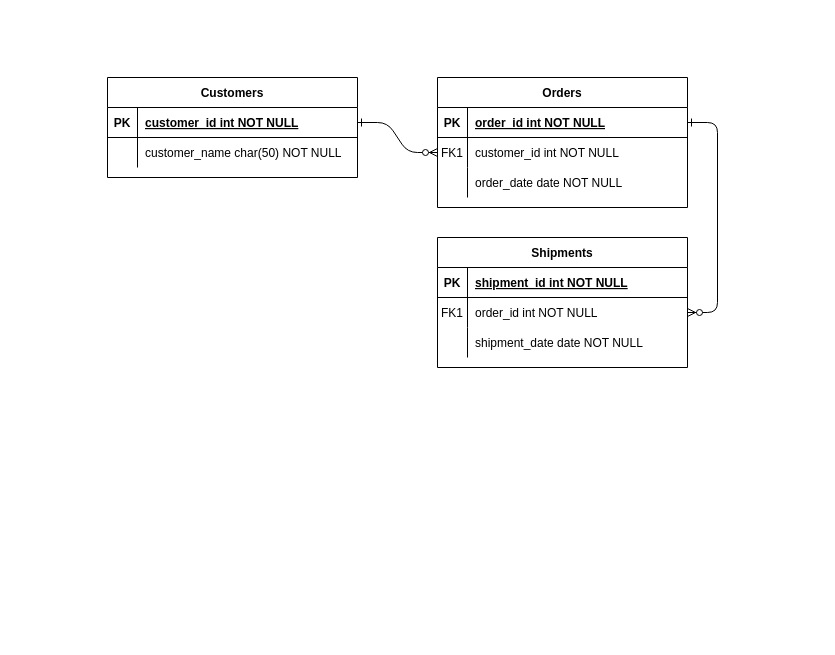
Before: Diagramme sans nom.drawio in mouhamed742/BTS2-CIEL-IR-MCD-2024-2025, a draw.io diagram. Source tidied: cells renumbered, new cells numbered last; positions are measured from the earlier drawing's top-left corner, leaving out a move shared by most shapes. Both pictures are drawn from the tidied source at 100%, with x=0, y=0 at pixel (107, 77).
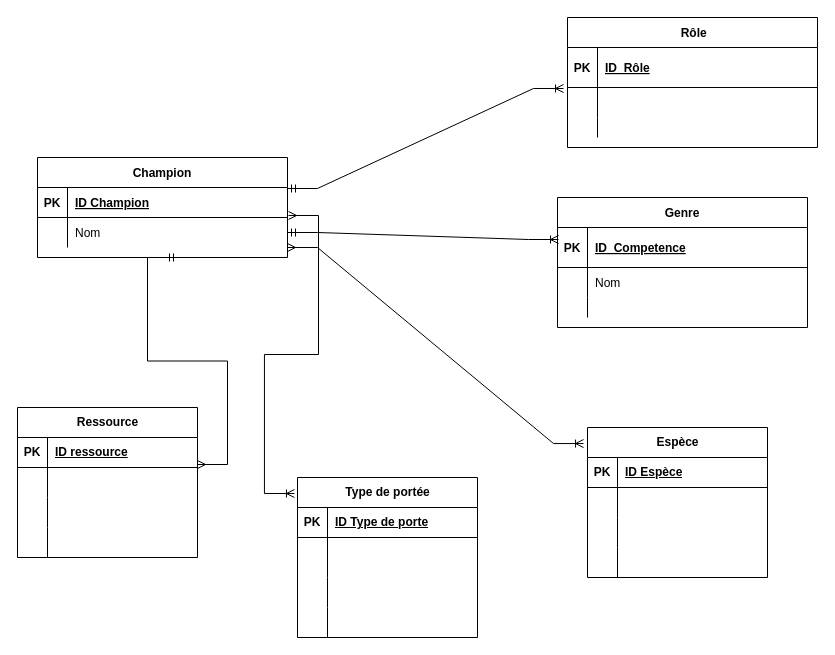
The same diagram, later.

Commit message:
Mettre à jour Diagramme sans nom.drawio

The change refers to these unchanged cells:
```xml
<mxCell id="25" style="shape=partialRectangle;fillColor=none;points=[[0,0.5],[1,0.5]];portConstraint=eastwest;top=0;left=0;right=0;bottom=1;" parent="24" vertex="1">
  <mxGeometry y="30" width="250" height="30" as="geometry" />
</mxCell>
<mxCell id="28" style="shape=partialRectangle;fillColor=none;points=[[0,0.5],[1,0.5]];portConstraint=eastwest;top=0;left=0;right=0;bottom=0;" parent="24" vertex="1">
  <mxGeometry y="60" width="250" height="30" as="geometry" />
</mxCell>
```

Diff of the diagram source:
```diff
@@
-    <mxCell id="2" style="edgeStyle=entityRelationEdgeStyle;endArrow=ERzeroToMany;startArrow=ERone;endFill=1;startFill=0;" parent="1" edge="1" source="25" target="8">
-      <mxGeometry relative="1" as="geometry" />
-    </mxCell>
-    <mxCell id="3" style="edgeStyle=entityRelationEdgeStyle;endArrow=ERzeroToMany;startArrow=ERone;endFill=1;startFill=0;" parent="1" edge="1" source="5" target="18">
-      <mxGeometry relative="1" as="geometry" />
-    </mxCell>
-    <mxCell id="4" value="Orders" style="shape=table;startSize=30;childLayout=tableLayout;rowLines=0;fontStyle=1;align=center;" parent="1" vertex="1">
-      <mxGeometry x="330" width="250" height="130" as="geometry" />
+    <mxCell id="4" value=" Rôle" style="shape=table;startSize=30;childLayout=tableLayout;rowLines=0;fontStyle=1;align=center;" parent="1" vertex="1">
+      <mxGeometry x="460" y="-60" width="250" height="130" as="geometry" />
     </mxCell>
     <mxCell id="5" style="shape=partialRectangle;fillColor=none;points=[[0,0.5],[1,0.5]];portConstraint=eastwest;top=0;left=0;right=0;bottom=1;" parent="4" vertex="1">
-      <mxGeometry y="30" width="250" height="30" as="geometry" />
+      <mxGeometry y="30" width="250" height="40" as="geometry" />
     </mxCell>
     <mxCell id="6" value="PK" style="shape=partialRectangle;overflow=hidden;fillColor=none;top=0;left=0;bottom=0;right=0;fontStyle=1;" parent="5" vertex="1">
-      <mxGeometry width="30" height="30" as="geometry" />
+      <mxGeometry width="30" height="40" as="geometry" />
     </mxCell>
-    <mxCell id="7" value="order_id int NOT NULL " style="shape=partialRectangle;overflow=hidden;fillColor=none;top=0;left=0;bottom=0;right=0;align=left;spacingLeft=6;fontStyle=5;" parent="5" vertex="1">
-      <mxGeometry x="30" width="220" height="30" as="geometry" />
+    <mxCell id="7" value="ID  Rôle" style="shape=partialRectangle;overflow=hidden;fillColor=none;top=0;left=0;bottom=0;right=0;align=left;spacingLeft=6;fontStyle=5;" parent="5" vertex="1">
+      <mxGeometry x="30" width="220" height="40" as="geometry" />
     </mxCell>
     <mxCell id="8" style="shape=partialRectangle;fillColor=none;points=[[0,0.5],[1,0.5]];portConstraint=eastwest;top=0;left=0;right=0;bottom=0;" parent="4" vertex="1">
-      <mxGeometry y="60" width="250" height="30" as="geometry" />
+      <mxGeometry y="70" width="250" height="30" as="geometry" />
     </mxCell>
-    <mxCell id="9" value="FK1" style="shape=partialRectangle;overflow=hidden;fillColor=none;top=0;left=0;bottom=0;right=0;" parent="8" vertex="1">
+    <mxCell id="9" style="shape=partialRectangle;overflow=hidden;fillColor=none;top=0;left=0;bottom=0;right=0;" parent="8" vertex="1">
       <mxGeometry width="30" height="30" as="geometry" />
     </mxCell>
-    <mxCell id="10" value="customer_id int NOT NULL" style="shape=partialRectangle;overflow=hidden;fillColor=none;top=0;left=0;bottom=0;right=0;align=left;spacingLeft=6;" parent="8" vertex="1">
+    <mxCell id="10" style="shape=partialRectangle;overflow=hidden;fillColor=none;top=0;left=0;bottom=0;right=0;align=left;spacingLeft=6;" parent="8" vertex="1">
       <mxGeometry x="30" width="220" height="30" as="geometry" />
     </mxCell>
     <mxCell id="11" style="shape=partialRectangle;fillColor=none;top=0;left=0;right=0;bottom=0;" parent="4" vertex="1">
-      <mxGeometry y="90" width="250" height="30" as="geometry" />
+      <mxGeometry y="100" width="250" height="20" as="geometry" />
     </mxCell>
     <mxCell id="12" style="shape=partialRectangle;overflow=hidden;fillColor=none;top=0;left=0;bottom=0;right=0;" parent="11" vertex="1">
-      <mxGeometry width="30" height="30" as="geometry" />
+      <mxGeometry width="30" height="20" as="geometry" />
     </mxCell>
-    <mxCell id="13" value="order_date date NOT NULL" style="shape=partialRectangle;overflow=hidden;fillColor=none;top=0;left=0;bottom=0;right=0;align=left;spacingLeft=6;" parent="11" vertex="1">
-      <mxGeometry x="30" width="220" height="30" as="geometry" />
+    <mxCell id="13" style="shape=partialRectangle;overflow=hidden;fillColor=none;top=0;left=0;bottom=0;right=0;align=left;spacingLeft=6;" parent="11" vertex="1">
+      <mxGeometry x="30" width="220" height="20" as="geometry" />
     </mxCell>
-    <mxCell id="14" value="Shipments" style="shape=table;startSize=30;childLayout=tableLayout;rowLines=0;fontStyle=1;align=center;" parent="1" vertex="1">
-      <mxGeometry x="330" y="160" width="250" height="130" as="geometry" />
-    </mxCell>
-    <mxCell id="15" style="shape=partialRectangle;fillColor=none;top=0;left=0;right=0;bottom=1;" parent="14" vertex="1">
-      <mxGeometry y="30" width="250" height="30" as="geometry" />
-    </mxCell>
-    <mxCell id="16" value="PK" style="shape=partialRectangle;overflow=hidden;fillColor=none;top=0;left=0;bottom=0;right=0;fontStyle=1;" parent="15" vertex="1">
-      <mxGeometry width="30" height="30" as="geometry" />
-    </mxCell>
-    <mxCell id="17" value="shipment_id int NOT NULL " style="shape=partialRectangle;overflow=hidden;fillColor=none;top=0;left=0;bottom=0;right=0;align=left;spacingLeft=6;fontStyle=5;" parent="15" vertex="1">
-      <mxGeometry x="30" width="220" height="30" as="geometry" />
-    </mxCell>
-    <mxCell id="18" style="shape=partialRectangle;fillColor=none;points=[[0,0.5],[1,0.5]];portConstraint=eastwest;top=0;left=0;right=0;bottom=0;" parent="14" vertex="1">
-      <mxGeometry y="60" width="250" height="30" as="geometry" />
-    </mxCell>
-    <mxCell id="19" value="FK1" style="shape=partialRectangle;overflow=hidden;fillColor=none;top=0;left=0;bottom=0;right=0;" parent="18" vertex="1">
-      <mxGeometry width="30" height="30" as="geometry" />
-    </mxCell>
-    <mxCell id="20" value="order_id int NOT NULL" style="shape=partialRectangle;overflow=hidden;fillColor=none;top=0;left=0;bottom=0;right=0;align=left;spacingLeft=6;" parent="18" vertex="1">
-      <mxGeometry x="30" width="220" height="30" as="geometry" />
-    </mxCell>
-    <mxCell id="21" style="shape=partialRectangle;fillColor=none;top=0;left=0;right=0;bottom=0;" parent="14" vertex="1">
-      <mxGeometry y="90" width="250" height="30" as="geometry" />
-    </mxCell>
-    <mxCell id="22" style="shape=partialRectangle;overflow=hidden;fillColor=none;top=0;left=0;bottom=0;right=0;" parent="21" vertex="1">
-      <mxGeometry width="30" height="30" as="geometry" />
-    </mxCell>
-    <mxCell id="23" value="shipment_date date NOT NULL" style="shape=partialRectangle;overflow=hidden;fillColor=none;top=0;left=0;bottom=0;right=0;align=left;spacingLeft=6;" parent="21" vertex="1">
-      <mxGeometry x="30" width="220" height="30" as="geometry" />
-    </mxCell>
-    <mxCell id="24" value="Customers" style="shape=table;startSize=30;childLayout=tableLayout;rowLines=0;fontStyle=1;align=center;" parent="1" vertex="1">
-      <mxGeometry width="250" height="100" as="geometry" />
+    <mxCell id="24" value="Champion" style="shape=table;startSize=30;childLayout=tableLayout;rowLines=0;fontStyle=1;align=center;" parent="1" vertex="1">
+      <mxGeometry x="-70" y="80" width="250" height="100" as="geometry" />
     </mxCell>
@@
-    <mxCell id="27" value="customer_id int NOT NULL " style="shape=partialRectangle;overflow=hidden;fillColor=none;top=0;left=0;bottom=0;right=0;align=left;spacingLeft=6;fontStyle=5;" parent="25" vertex="1">
+    <mxCell id="27" value="ID Champion" style="shape=partialRectangle;overflow=hidden;fillColor=none;top=0;left=0;bottom=0;right=0;align=left;spacingLeft=6;fontStyle=5;" parent="25" vertex="1">
       <mxGeometry x="30" width="220" height="30" as="geometry" />
     </mxCell>
@@
-    <mxCell id="30" value="customer_name char(50) NOT NULL" style="shape=partialRectangle;overflow=hidden;fillColor=none;top=0;left=0;bottom=0;right=0;align=left;spacingLeft=6;" parent="28" vertex="1">
+    <mxCell id="30" value="Nom" style="shape=partialRectangle;overflow=hidden;fillColor=none;top=0;left=0;bottom=0;right=0;align=left;spacingLeft=6;" parent="28" vertex="1">
       <mxGeometry x="30" width="220" height="30" as="geometry" />
     </mxCell>
+    <mxCell id="2" style="edgeStyle=entityRelationEdgeStyle;fontSize=12;html=1;endArrow=ERoneToMany;rounded=0;entryX=-0.016;entryY=0.033;entryDx=0;entryDy=0;entryPerimeter=0;startArrow=ERmandOne;startFill=0;exitX=1;exitY=0.033;exitDx=0;exitDy=0;exitPerimeter=0;" parent="1" edge="1" source="25" target="8">
+      <mxGeometry relative="1" as="geometry">
+        <Array as="points">
+          <mxPoint x="190" y="110" />
+          <mxPoint x="380" y="40" />
+        </Array>
+      </mxGeometry>
+    </mxCell>
+    <mxCell id="31" value="Ressource" style="shape=table;startSize=30;childLayout=tableLayout;rowLines=0;fontStyle=1;align=center;html=1;" parent="1" vertex="1">
+      <mxGeometry x="-90" y="330" width="180" height="150" as="geometry" />
+    </mxCell>
+    <mxCell id="32" style="shape=tableRow;horizontal=0;startSize=0;swimlaneHead=0;swimlaneBody=0;fillColor=none;points=[[0,0.5],[1,0.5]];portConstraint=eastwest;top=0;left=0;right=0;bottom=1;" parent="31" vertex="1">
+      <mxGeometry y="30" width="180" height="30" as="geometry" />
+    </mxCell>
+    <mxCell id="33" value="PK" style="shape=partialRectangle;fillColor=none;top=0;left=0;bottom=0;right=0;fontStyle=1;overflow=hidden;whiteSpace=wrap;html=1;" parent="32" vertex="1">
+      <mxGeometry width="30" height="30" as="geometry" />
+    </mxCell>
+    <mxCell id="34" value="ID ressource" style="shape=partialRectangle;fillColor=none;top=0;left=0;bottom=0;right=0;align=left;spacingLeft=6;fontStyle=5;overflow=hidden;whiteSpace=wrap;html=1;" parent="32" vertex="1">
+      <mxGeometry x="30" width="150" height="30" as="geometry" />
+    </mxCell>
+    <mxCell id="35" style="shape=tableRow;horizontal=0;startSize=0;swimlaneHead=0;swimlaneBody=0;fillColor=none;top=0;left=0;right=0;bottom=0;" parent="31" vertex="1">
+      <mxGeometry y="60" width="180" height="30" as="geometry" />
+    </mxCell>
+    <mxCell id="36" style="shape=partialRectangle;fillColor=none;top=0;left=0;bottom=0;right=0;overflow=hidden;whiteSpace=wrap;html=1;" parent="35" vertex="1">
+      <mxGeometry width="30" height="30" as="geometry" />
+    </mxCell>
+    <mxCell id="37" style="shape=partialRectangle;fillColor=none;top=0;left=0;bottom=0;right=0;align=left;spacingLeft=6;overflow=hidden;whiteSpace=wrap;html=1;" parent="35" vertex="1">
+      <mxGeometry x="30" width="150" height="30" as="geometry" />
+    </mxCell>
+    <mxCell id="38" style="shape=tableRow;horizontal=0;startSize=0;swimlaneHead=0;swimlaneBody=0;fillColor=none;top=0;left=0;right=0;bottom=0;" parent="31" vertex="1">
+      <mxGeometry y="90" width="180" height="30" as="geometry" />
+    </mxCell>
+    <mxCell id="39" style="shape=partialRectangle;fillColor=none;top=0;left=0;bottom=0;right=0;overflow=hidden;whiteSpace=wrap;html=1;" parent="38" vertex="1">
+      <mxGeometry width="30" height="30" as="geometry" />
+    </mxCell>
+    <mxCell id="40" style="shape=partialRectangle;fillColor=none;top=0;left=0;bottom=0;right=0;align=left;spacingLeft=6;overflow=hidden;whiteSpace=wrap;html=1;" parent="38" vertex="1">
+      <mxGeometry x="30" width="150" height="30" as="geometry" />
+    </mxCell>
+    <mxCell id="41" style="shape=tableRow;horizontal=0;startSize=0;swimlaneHead=0;swimlaneBody=0;fillColor=none;top=0;left=0;right=0;bottom=0;" parent="31" vertex="1">
+      <mxGeometry y="120" width="180" height="30" as="geometry" />
+    </mxCell>
+    <mxCell id="42" style="shape=partialRectangle;fillColor=none;top=0;left=0;bottom=0;right=0;overflow=hidden;whiteSpace=wrap;html=1;" parent="41" vertex="1">
+      <mxGeometry width="30" height="30" as="geometry" />
+    </mxCell>
+    <mxCell id="43" style="shape=partialRectangle;fillColor=none;top=0;left=0;bottom=0;right=0;align=left;spacingLeft=6;overflow=hidden;whiteSpace=wrap;html=1;" parent="41" vertex="1">
+      <mxGeometry x="30" width="150" height="30" as="geometry" />
+    </mxCell>
+    <mxCell id="44" value="Type de portée" style="shape=table;startSize=30;childLayout=tableLayout;rowLines=0;fontStyle=1;align=center;html=1;" parent="1" vertex="1">
+      <mxGeometry x="190" y="400" width="180" height="160" as="geometry" />
+    </mxCell>
+    <mxCell id="45" style="shape=tableRow;horizontal=0;startSize=0;swimlaneHead=0;swimlaneBody=0;fillColor=none;top=0;left=0;right=0;bottom=1;" parent="44" vertex="1">
+      <mxGeometry y="30" width="180" height="30" as="geometry" />
+    </mxCell>
+    <mxCell id="46" value="PK" style="shape=partialRectangle;fillColor=none;top=0;left=0;bottom=0;right=0;fontStyle=1;overflow=hidden;whiteSpace=wrap;html=1;" parent="45" vertex="1">
+      <mxGeometry width="30" height="30" as="geometry" />
+    </mxCell>
+    <mxCell id="47" value="ID Type de porte" style="shape=partialRectangle;fillColor=none;top=0;left=0;bottom=0;right=0;align=left;spacingLeft=6;fontStyle=5;overflow=hidden;whiteSpace=wrap;html=1;" parent="45" vertex="1">
+      <mxGeometry x="30" width="150" height="30" as="geometry" />
+    </mxCell>
+    <mxCell id="48" style="shape=tableRow;horizontal=0;startSize=0;swimlaneHead=0;swimlaneBody=0;fillColor=none;top=0;left=0;right=0;bottom=0;" parent="44" vertex="1">
+      <mxGeometry y="60" width="180" height="40" as="geometry" />
+    </mxCell>
+    <mxCell id="49" style="shape=partialRectangle;fillColor=none;top=0;left=0;bottom=0;right=0;overflow=hidden;whiteSpace=wrap;html=1;" parent="48" vertex="1">
+      <mxGeometry width="30" height="40" as="geometry" />
+    </mxCell>
+    <mxCell id="50" style="shape=partialRectangle;fillColor=none;top=0;left=0;bottom=0;right=0;align=left;spacingLeft=6;overflow=hidden;whiteSpace=wrap;html=1;" parent="48" vertex="1">
+      <mxGeometry x="30" width="150" height="40" as="geometry" />
+    </mxCell>
+    <mxCell id="51" style="shape=tableRow;horizontal=0;startSize=0;swimlaneHead=0;swimlaneBody=0;fillColor=none;top=0;left=0;right=0;bottom=0;" parent="44" vertex="1">
+      <mxGeometry y="100" width="180" height="30" as="geometry" />
+    </mxCell>
+    <mxCell id="52" style="shape=partialRectangle;fillColor=none;top=0;left=0;bottom=0;right=0;overflow=hidden;whiteSpace=wrap;html=1;" parent="51" vertex="1">
+      <mxGeometry width="30" height="30" as="geometry" />
+    </mxCell>
+    <mxCell id="53" style="shape=partialRectangle;fillColor=none;top=0;left=0;bottom=0;right=0;align=left;spacingLeft=6;overflow=hidden;whiteSpace=wrap;html=1;" parent="51" vertex="1">
+      <mxGeometry x="30" width="150" height="30" as="geometry" />
+    </mxCell>
+    <mxCell id="54" style="shape=tableRow;horizontal=0;startSize=0;swimlaneHead=0;swimlaneBody=0;fillColor=none;top=0;left=0;right=0;bottom=0;" parent="44" vertex="1">
+      <mxGeometry y="130" width="180" height="30" as="geometry" />
+    </mxCell>
+    <mxCell id="55" style="shape=partialRectangle;fillColor=none;top=0;left=0;bottom=0;right=0;overflow=hidden;whiteSpace=wrap;html=1;" parent="54" vertex="1">
+      <mxGeometry width="30" height="30" as="geometry" />
+    </mxCell>
+    <mxCell id="56" style="shape=partialRectangle;fillColor=none;top=0;left=0;bottom=0;right=0;align=left;spacingLeft=6;overflow=hidden;whiteSpace=wrap;html=1;" parent="54" vertex="1">
+      <mxGeometry x="30" width="150" height="30" as="geometry" />
+    </mxCell>
+    <mxCell id="57" value="Genre" style="shape=table;startSize=30;childLayout=tableLayout;rowLines=0;fontStyle=1;align=center;" parent="1" vertex="1">
+      <mxGeometry x="450" y="120" width="250" height="130" as="geometry" />
+    </mxCell>
+    <mxCell id="58" style="shape=partialRectangle;fillColor=none;points=[[0,0.5],[1,0.5]];portConstraint=eastwest;top=0;left=0;right=0;bottom=1;" parent="57" vertex="1">
+      <mxGeometry y="30" width="250" height="40" as="geometry" />
+    </mxCell>
+    <mxCell id="16" value="PK" style="shape=partialRectangle;overflow=hidden;fillColor=none;top=0;left=0;bottom=0;right=0;fontStyle=1;" parent="58" vertex="1">
+      <mxGeometry width="30" height="40" as="geometry" />
+    </mxCell>
+    <mxCell id="59" value="ID  Competence" style="shape=partialRectangle;overflow=hidden;fillColor=none;top=0;left=0;bottom=0;right=0;align=left;spacingLeft=6;fontStyle=5;" parent="58" vertex="1">
+      <mxGeometry x="30" width="220" height="40" as="geometry" />
+    </mxCell>
+    <mxCell id="60" style="shape=partialRectangle;fillColor=none;top=0;left=0;right=0;bottom=0;" parent="57" vertex="1">
+      <mxGeometry y="70" width="250" height="30" as="geometry" />
+    </mxCell>
+    <mxCell id="22" style="shape=partialRectangle;overflow=hidden;fillColor=none;top=0;left=0;bottom=0;right=0;" parent="60" vertex="1">
+      <mxGeometry width="30" height="30" as="geometry" />
+    </mxCell>
+    <mxCell id="61" value="Nom" style="shape=partialRectangle;overflow=hidden;fillColor=none;top=0;left=0;bottom=0;right=0;align=left;spacingLeft=6;" parent="60" vertex="1">
+      <mxGeometry x="30" width="220" height="30" as="geometry" />
+    </mxCell>
+    <mxCell id="62" style="shape=partialRectangle;fillColor=none;top=0;left=0;right=0;bottom=0;" parent="57" vertex="1">
+      <mxGeometry y="100" width="250" height="20" as="geometry" />
+    </mxCell>
+    <mxCell id="63" style="shape=partialRectangle;overflow=hidden;fillColor=none;top=0;left=0;bottom=0;right=0;" parent="62" vertex="1">
+      <mxGeometry width="30" height="20" as="geometry" />
+    </mxCell>
+    <mxCell id="64" style="shape=partialRectangle;overflow=hidden;fillColor=none;top=0;left=0;bottom=0;right=0;align=left;spacingLeft=6;" parent="62" vertex="1">
+      <mxGeometry x="30" width="220" height="20" as="geometry" />
+    </mxCell>
+    <mxCell id="65" style="edgeStyle=entityRelationEdgeStyle;fontSize=12;html=1;endArrow=ERoneToMany;rounded=0;entryX=0.004;entryY=0.3;entryDx=0;entryDy=0;entryPerimeter=0;startArrow=ERmandOne;startFill=0;exitX=1;exitY=0.5;exitDx=0;exitDy=0;" parent="1" edge="1" source="28" target="58">
+      <mxGeometry relative="1" as="geometry">
+        <Array as="points">
+          <mxPoint x="194" y="169" />
+          <mxPoint x="384" y="99" />
+        </Array>
+      </mxGeometry>
+    </mxCell>
+    <mxCell id="66" value="Espèce" style="shape=table;startSize=30;childLayout=tableLayout;rowLines=0;fontStyle=1;align=center;html=1;" parent="1" vertex="1">
+      <mxGeometry x="480" y="350" width="180" height="150" as="geometry" />
+    </mxCell>
+    <mxCell id="67" style="shape=tableRow;horizontal=0;startSize=0;swimlaneHead=0;swimlaneBody=0;fillColor=none;top=0;left=0;right=0;bottom=1;" parent="66" vertex="1">
+      <mxGeometry y="30" width="180" height="30" as="geometry" />
+    </mxCell>
+    <mxCell id="68" value="PK" style="shape=partialRectangle;fillColor=none;top=0;left=0;bottom=0;right=0;fontStyle=1;overflow=hidden;whiteSpace=wrap;html=1;" parent="67" vertex="1">
+      <mxGeometry width="30" height="30" as="geometry" />
+    </mxCell>
+    <mxCell id="69" value="ID Espèce" style="shape=partialRectangle;fillColor=none;top=0;left=0;bottom=0;right=0;align=left;spacingLeft=6;fontStyle=5;overflow=hidden;whiteSpace=wrap;html=1;" parent="67" vertex="1">
+      <mxGeometry x="30" width="150" height="30" as="geometry" />
+    </mxCell>
+    <mxCell id="70" style="shape=tableRow;horizontal=0;startSize=0;swimlaneHead=0;swimlaneBody=0;fillColor=none;top=0;left=0;right=0;bottom=0;" parent="66" vertex="1">
+      <mxGeometry y="60" width="180" height="30" as="geometry" />
+    </mxCell>
+    <mxCell id="71" style="shape=partialRectangle;fillColor=none;top=0;left=0;bottom=0;right=0;overflow=hidden;whiteSpace=wrap;html=1;" parent="70" vertex="1">
+      <mxGeometry width="30" height="30" as="geometry" />
+    </mxCell>
+    <mxCell id="72" style="shape=partialRectangle;fillColor=none;top=0;left=0;bottom=0;right=0;align=left;spacingLeft=6;overflow=hidden;whiteSpace=wrap;html=1;" parent="70" vertex="1">
+      <mxGeometry x="30" width="150" height="30" as="geometry" />
+    </mxCell>
+    <mxCell id="73" style="shape=tableRow;horizontal=0;startSize=0;swimlaneHead=0;swimlaneBody=0;fillColor=none;top=0;left=0;right=0;bottom=0;" parent="66" vertex="1">
+      <mxGeometry y="90" width="180" height="30" as="geometry" />
+    </mxCell>
+    <mxCell id="74" style="shape=partialRectangle;fillColor=none;top=0;left=0;bottom=0;right=0;overflow=hidden;whiteSpace=wrap;html=1;" parent="73" vertex="1">
+      <mxGeometry width="30" height="30" as="geometry" />
+    </mxCell>
+    <mxCell id="75" style="shape=partialRectangle;fillColor=none;top=0;left=0;bottom=0;right=0;align=left;spacingLeft=6;overflow=hidden;whiteSpace=wrap;html=1;" parent="73" vertex="1">
+      <mxGeometry x="30" width="150" height="30" as="geometry" />
+    </mxCell>
+    <mxCell id="76" style="shape=tableRow;horizontal=0;startSize=0;swimlaneHead=0;swimlaneBody=0;fillColor=none;top=0;left=0;right=0;bottom=0;" parent="66" vertex="1">
+      <mxGeometry y="120" width="180" height="30" as="geometry" />
+    </mxCell>
+    <mxCell id="77" style="shape=partialRectangle;fillColor=none;top=0;left=0;bottom=0;right=0;overflow=hidden;whiteSpace=wrap;html=1;" parent="76" vertex="1">
+      <mxGeometry width="30" height="30" as="geometry" />
+    </mxCell>
+    <mxCell id="78" style="shape=partialRectangle;fillColor=none;top=0;left=0;bottom=0;right=0;align=left;spacingLeft=6;overflow=hidden;whiteSpace=wrap;html=1;" parent="76" vertex="1">
+      <mxGeometry x="30" width="150" height="30" as="geometry" />
+    </mxCell>
+    <mxCell id="79" style="edgeStyle=entityRelationEdgeStyle;fontSize=12;html=1;endArrow=ERoneToMany;rounded=0;entryX=-0.022;entryY=0.107;entryDx=0;entryDy=0;entryPerimeter=0;startArrow=ERmany;startFill=0;" parent="1" edge="1" target="66">
+      <mxGeometry relative="1" as="geometry">
+        <mxPoint x="180" y="170" as="sourcePoint" />
+        <Array as="points">
+          <mxPoint x="204" y="179" />
+          <mxPoint x="394" y="109" />
+          <mxPoint x="440" y="300" />
+        </Array>
+      </mxGeometry>
+    </mxCell>
+    <mxCell id="80" style="edgeStyle=entityRelationEdgeStyle;fontSize=12;html=1;endArrow=ERoneToMany;rounded=0;startArrow=ERmany;startFill=0;entryX=-0.017;entryY=0.1;entryDx=0;entryDy=0;entryPerimeter=0;exitX=1.004;exitY=-0.067;exitDx=0;exitDy=0;exitPerimeter=0;" parent="1" edge="1" source="28" target="44">
+      <mxGeometry relative="1" as="geometry">
+        <Array as="points">
+          <mxPoint x="214" y="189" />
+          <mxPoint x="404" y="119" />
+          <mxPoint x="456" y="380" />
+          <mxPoint x="400" y="376" />
+          <mxPoint x="450" y="310" />
+        </Array>
+      </mxGeometry>
+    </mxCell>
+    <mxCell id="81" style="edgeStyle=entityRelationEdgeStyle;fontSize=12;html=1;endArrow=ERmandOne;rounded=0;exitX=1;exitY=0.9;exitDx=0;exitDy=0;exitPerimeter=0;startArrow=ERmany;startFill=0;" parent="1" edge="1" source="32">
+      <mxGeometry relative="1" as="geometry">
+        <mxPoint x="70" y="180" as="targetPoint" />
+      </mxGeometry>
+    </mxCell>
```
